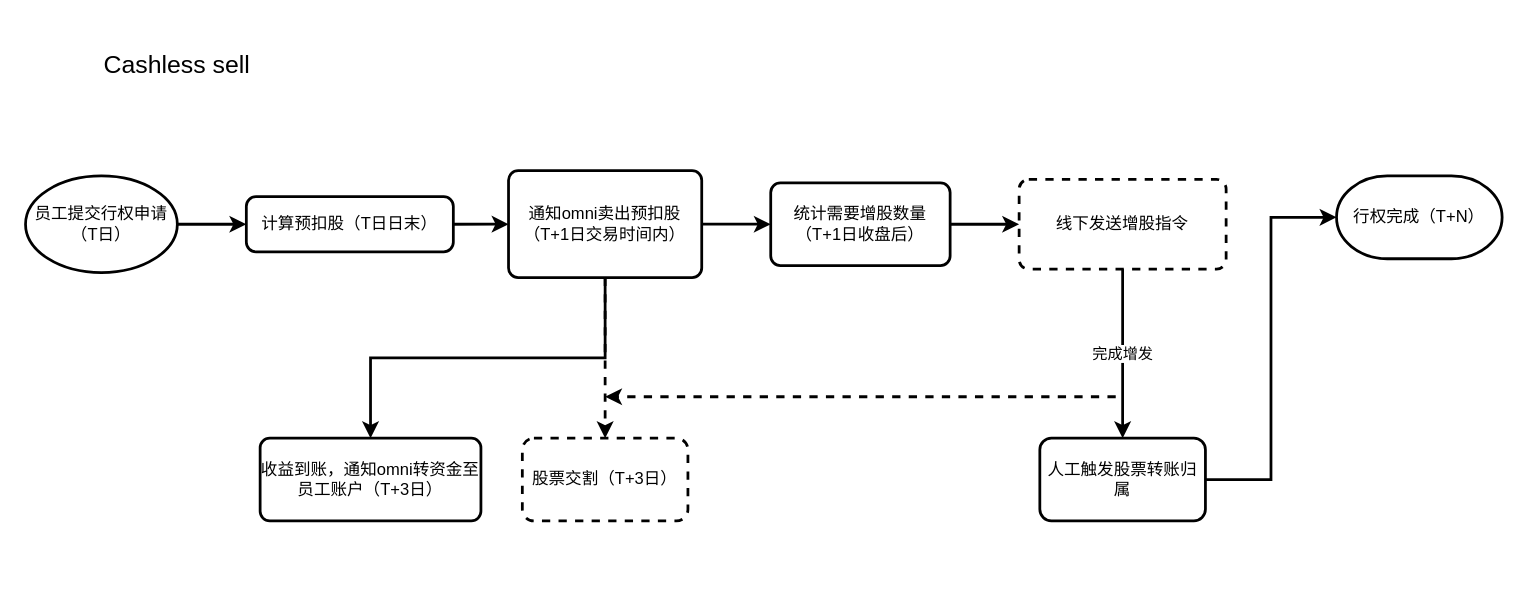
Above: 实时增发-Cashless sell.drawio in fengyong7723131/xiaoye (draw.io), before the change. Source tidied: cells renumbered, new cells numbered last; positions are measured from the earlier drawing's top-left corner, leaving out a move shared by most shapes. Both pictures are drawn from the tidied source at 138%, with x=0, y=0 at pixel (25, 23).
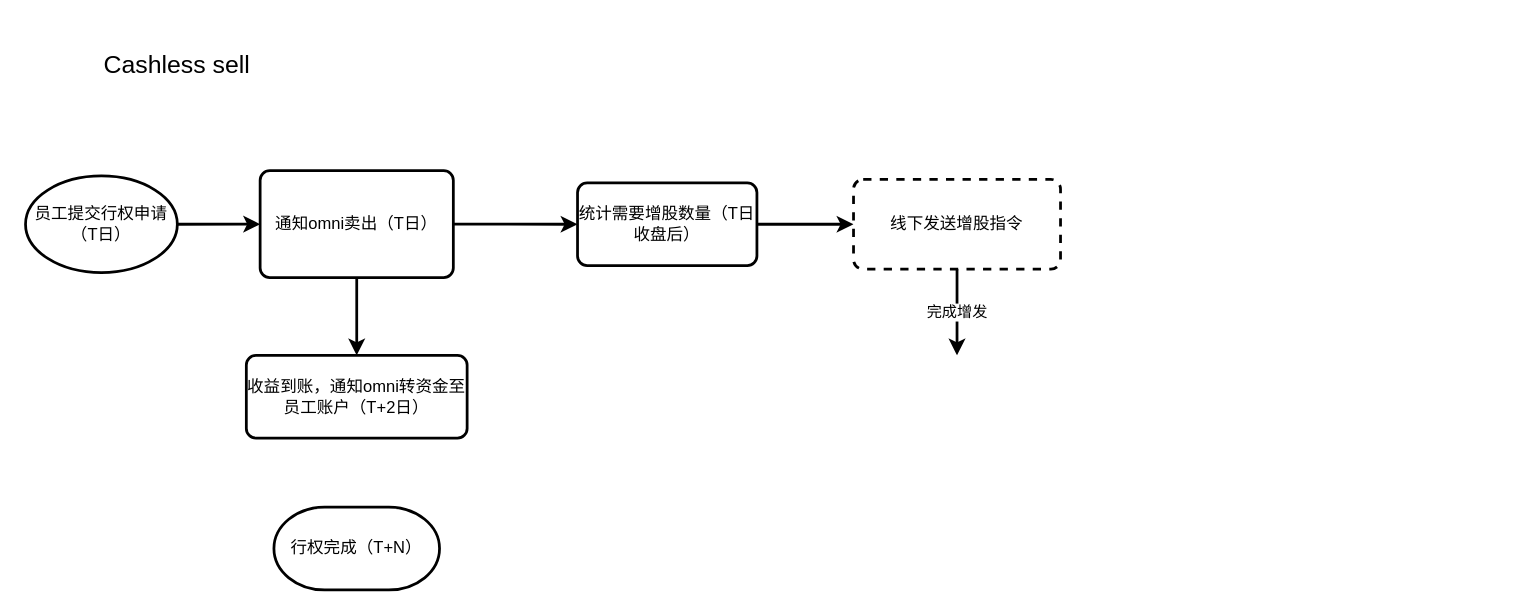
The same diagram, later.

Commit message:
更新实时增发-Cashless sell.drawio

The change refers to these unchanged cells:
```xml
<mxCell id="3" value="员工提交行权申请（T日）" style="strokeWidth=2;html=1;shape=mxgraph.flowchart.start_1;whiteSpace=wrap;" parent="1" vertex="1">
  <mxGeometry y="110" width="110" height="70" as="geometry" />
</mxCell>
```

The edit, as a diff of the source:
```diff
@@
-    <mxCell id="4" style="endArrow=classic;html=1;exitX=1;exitY=0.5;exitDx=0;exitDy=0;exitPerimeter=0;strokeWidth=2;entryX=0;entryY=0.5;entryDx=0;entryDy=0;" parent="1" edge="1" source="3" target="6">
+    <mxCell id="4" style="endArrow=classic;html=1;exitX=1;exitY=0.5;exitDx=0;exitDy=0;exitPerimeter=0;strokeWidth=2;entryX=0;entryY=0.5;entryDx=0;entryDy=0;" parent="1" edge="1" source="3" target="10">
       <mxGeometry relative="1" as="geometry" />
     </mxCell>
-    <mxCell id="5" style="edgeStyle=orthogonalEdgeStyle;rounded=0;jettySize=auto;html=1;exitX=1;exitY=0.5;exitDx=0;exitDy=0;entryX=0;entryY=0.5;entryDx=0;entryDy=0;strokeWidth=2;" parent="1" edge="1" source="6" target="10">
-      <mxGeometry relative="1" as="geometry" />
-    </mxCell>
-    <mxCell id="6" value="计算预扣股（T日日末）" style="rounded=1;whiteSpace=wrap;html=1;absoluteArcSize=1;arcSize=14;strokeWidth=2;" parent="1" vertex="1">
-      <mxGeometry x="160" y="125" width="150" height="40" as="geometry" />
-    </mxCell>
+    <mxCell id="9" style="edgeStyle=orthogonalEdgeStyle;rounded=0;jettySize=auto;html=1;exitX=0.5;exitY=1;exitDx=0;exitDy=0;entryX=0.5;entryY=0;entryDx=0;entryDy=0;strokeWidth=2;" parent="1" edge="1" source="10" target="20">
+      <mxGeometry relative="1" as="geometry" />
+    </mxCell>
@@
-    <mxCell id="8" style="edgeStyle=orthogonalEdgeStyle;rounded=0;jettySize=auto;html=1;strokeWidth=2;dashed=1;exitX=0.5;exitY=1;exitDx=0;exitDy=0;" parent="1" edge="1" source="10" target="15">
-      <mxGeometry relative="1" as="geometry" />
-    </mxCell>
-    <mxCell id="9" style="edgeStyle=orthogonalEdgeStyle;rounded=0;jettySize=auto;html=1;exitX=0.5;exitY=1;exitDx=0;exitDy=0;strokeWidth=2;entryX=0.5;entryY=0;entryDx=0;entryDy=0;" parent="1" edge="1" source="10" target="20">
-      <mxGeometry relative="1" as="geometry" />
-    </mxCell>
-    <mxCell id="10" value="通知omni卖出预扣股（T+1日交易时间内）" style="rounded=1;whiteSpace=wrap;html=1;absoluteArcSize=1;arcSize=14;strokeWidth=2;" parent="1" vertex="1">
-      <mxGeometry x="350" y="106.2" width="140" height="77.5" as="geometry" />
+    <mxCell id="10" value="通知omni卖出（T日）" style="rounded=1;whiteSpace=wrap;html=1;absoluteArcSize=1;arcSize=14;strokeWidth=2;" parent="1" vertex="1">
+      <mxGeometry x="170" y="106.2" width="140" height="77.5" as="geometry" />
     </mxCell>
@@
-    <mxCell id="12" value="统计需要增股数量（T+1日收盘后）" style="rounded=1;whiteSpace=wrap;html=1;absoluteArcSize=1;arcSize=14;strokeWidth=2;" parent="1" vertex="1">
-      <mxGeometry x="540" y="115" width="130" height="60" as="geometry" />
+    <mxCell id="12" value="统计需要增股数量（T日收盘后）" style="rounded=1;whiteSpace=wrap;html=1;absoluteArcSize=1;arcSize=14;strokeWidth=2;" parent="1" vertex="1">
+      <mxGeometry x="400" y="115" width="130" height="60" as="geometry" />
     </mxCell>
-    <mxCell id="13" value="完成增发" style="edgeStyle=orthogonalEdgeStyle;rounded=0;jettySize=auto;html=1;strokeWidth=2;" parent="1" edge="1" source="14" target="17">
-      <mxGeometry relative="1" as="geometry" />
+    <mxCell id="13" value="完成增发" style="edgeStyle=orthogonalEdgeStyle;rounded=0;jettySize=auto;html=1;strokeWidth=2;" parent="1" edge="1" source="14">
+      <mxGeometry relative="1" as="geometry">
+        <mxPoint x="675" y="240" as="targetPoint" />
+      </mxGeometry>
     </mxCell>
     <mxCell id="14" value="线下发送增股指令" style="rounded=1;whiteSpace=wrap;html=1;absoluteArcSize=1;arcSize=14;strokeWidth=2;dashed=1;" parent="1" vertex="1">
-      <mxGeometry x="720" y="112.5" width="150" height="65" as="geometry" />
+      <mxGeometry x="600" y="112.5" width="150" height="65" as="geometry" />
     </mxCell>
-    <mxCell id="15" value="股票交割（T+3日）" style="whiteSpace=wrap;html=1;rounded=1;strokeWidth=2;arcSize=14;dashed=1;" parent="1" vertex="1">
-      <mxGeometry x="360" y="300" width="120" height="60" as="geometry" />
-    </mxCell>
-    <mxCell id="16" style="edgeStyle=orthogonalEdgeStyle;rounded=0;jettySize=auto;html=1;exitX=1;exitY=0.5;exitDx=0;exitDy=0;entryX=0;entryY=0.5;entryDx=0;entryDy=0;strokeWidth=2;entryPerimeter=0;" parent="1" edge="1" source="17" target="19">
-      <mxGeometry relative="1" as="geometry" />
-    </mxCell>
-    <mxCell id="17" value="人工触发股票转账归属" style="whiteSpace=wrap;html=1;rounded=1;strokeWidth=2;arcSize=14;" parent="1" vertex="1">
-      <mxGeometry x="735" y="300" width="120" height="60" as="geometry" />
-    </mxCell>
-    <mxCell id="18" style="endArrow=classic;html=1;dashed=1;strokeWidth=2;" parent="1" edge="1">
-      <mxGeometry relative="1" as="geometry">
-        <mxPoint x="790" y="270" as="sourcePoint" />
-        <mxPoint x="420" y="270" as="targetPoint" />
-      </mxGeometry>
-    </mxCell>
     <mxCell id="19" value="&lt;span&gt;行权完成（T+N）&lt;/span&gt;" style="strokeWidth=2;html=1;shape=mxgraph.flowchart.terminator;whiteSpace=wrap;" parent="1" vertex="1">
-      <mxGeometry x="950" y="110" width="120" height="60" as="geometry" />
+      <mxGeometry x="180" y="350" width="120" height="60" as="geometry" />
     </mxCell>
-    <mxCell id="20" value="收益到账，通知omni转资金至员工账户（T+3日）" style="rounded=1;whiteSpace=wrap;html=1;absoluteArcSize=1;arcSize=14;strokeWidth=2;" parent="1" vertex="1">
-      <mxGeometry x="170" y="300" width="160" height="60" as="geometry" />
+    <mxCell id="20" value="收益到账，通知omni转资金至员工账户（T+2日）" style="rounded=1;whiteSpace=wrap;html=1;absoluteArcSize=1;arcSize=14;strokeWidth=2;" parent="1" vertex="1">
+      <mxGeometry x="160" y="240" width="160" height="60" as="geometry" />
     </mxCell>
```
